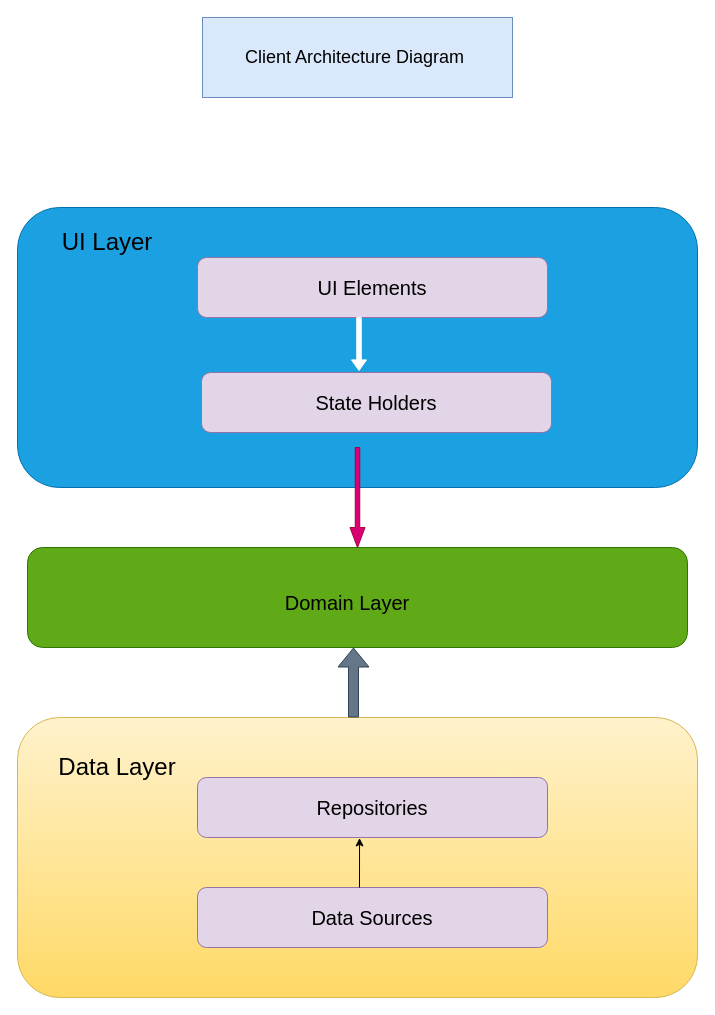
The draw.io diagram Untitled Diagram.drawio in amandahua/PayPal_cloud_ide, before the edit. Source tidied: cells renumbered, new cells numbered last; positions are measured from the earlier drawing's top-left corner, leaving out a move shared by most shapes. Both pictures are drawn from the tidied source at 100%, with x=0, y=0 at pixel (17, 17).
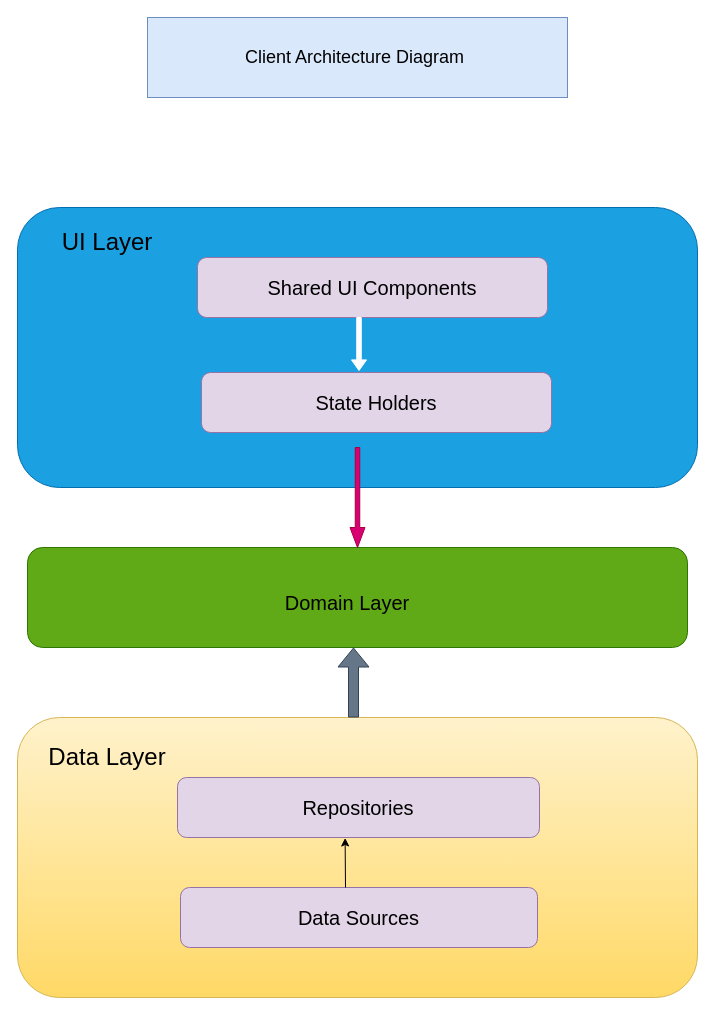
Above is the later version.

The edit, as a diff of the source:
```diff
@@
     <mxCell id="2" value="&lt;h2&gt;&lt;span style=&quot;font-weight: normal;&quot;&gt;Client Architecture Diagram&amp;nbsp;&lt;/span&gt;&lt;/h2&gt;" style="text;html=1;align=center;verticalAlign=middle;whiteSpace=wrap;rounded=0;fillColor=#dae8fc;strokeColor=#6c8ebf;" parent="1" vertex="1">
-      <mxGeometry x="185" width="310" height="80" as="geometry" />
+      <mxGeometry x="130" width="420" height="80" as="geometry" />
     </mxCell>
@@
-    <mxCell id="5" value="UI Elements" style="rounded=1;whiteSpace=wrap;html=1;strokeColor=#9673a6;fontSize=20;fillColor=#e1d5e7;" parent="1" vertex="1">
+    <mxCell id="5" value="Shared UI Components" style="rounded=1;whiteSpace=wrap;html=1;strokeColor=#9673a6;fontSize=20;fillColor=#e1d5e7;" parent="1" vertex="1">
       <mxGeometry x="180" y="240" width="350" height="60" as="geometry" />
     </mxCell>
@@
     <mxCell id="11" value="Data Layer" style="text;html=1;strokeColor=none;fillColor=none;align=center;verticalAlign=middle;whiteSpace=wrap;rounded=0;fontSize=24;" parent="1" vertex="1">
-      <mxGeometry x="40" y="720" width="120" height="60" as="geometry" />
+      <mxGeometry x="30" y="710" width="120" height="60" as="geometry" />
     </mxCell>
     <mxCell id="12" value="Repositories" style="rounded=1;whiteSpace=wrap;html=1;strokeColor=#9673a6;fontSize=20;fillColor=#e1d5e7;" parent="1" vertex="1">
-      <mxGeometry x="180" y="760" width="350" height="60" as="geometry" />
+      <mxGeometry x="160" y="760" width="362" height="60" as="geometry" />
     </mxCell>
@@
     <mxCell id="14" value="Data Sources" style="rounded=1;whiteSpace=wrap;html=1;strokeColor=#9673a6;fontSize=20;fillColor=#e1d5e7;" parent="1" vertex="1">
-      <mxGeometry x="180" y="870" width="350" height="60" as="geometry" />
+      <mxGeometry x="163" y="870" width="357" height="60" as="geometry" />
     </mxCell>
@@
     <mxCell id="17" style="endArrow=classic;html=1;rounded=0;fontSize=20;entryX=0.463;entryY=1.008;entryDx=0;entryDy=0;entryPerimeter=0;" parent="1" edge="1" target="12">
       <mxGeometry relative="1" as="geometry">
-        <mxPoint x="342" y="870" as="sourcePoint" />
+        <mxPoint x="328" y="870" as="sourcePoint" />
       </mxGeometry>
     </mxCell>
```
